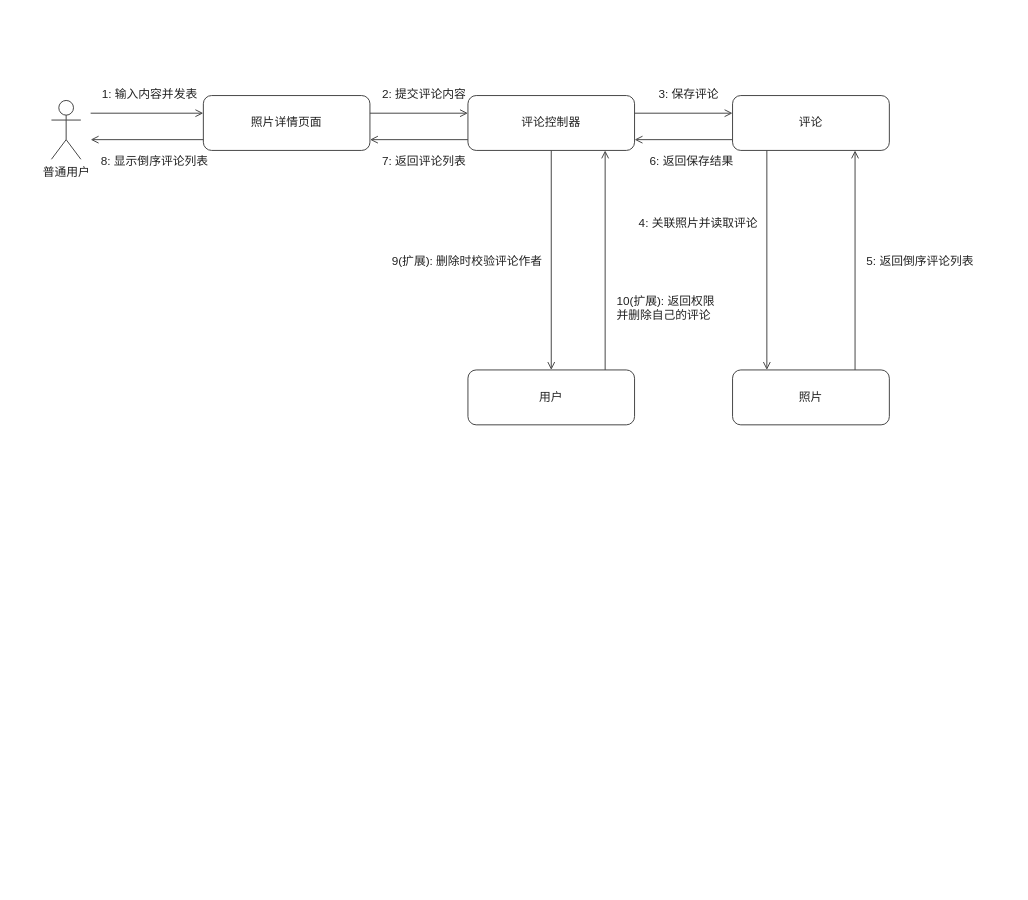
This is docs/交付/4-类别与评论-陈诺/images/对照片评论_协作图.drawio from chennuo1101/electronic-photo-album-system1, a draw.io file, before an edit. Source tidied: cells renumbered, new cells numbered last; positions are measured from the earlier drawing's top-left corner, leaving out a move shared by most shapes. Both pictures are drawn from the tidied source at 98%, with x=0, y=0 at pixel (51, 83).
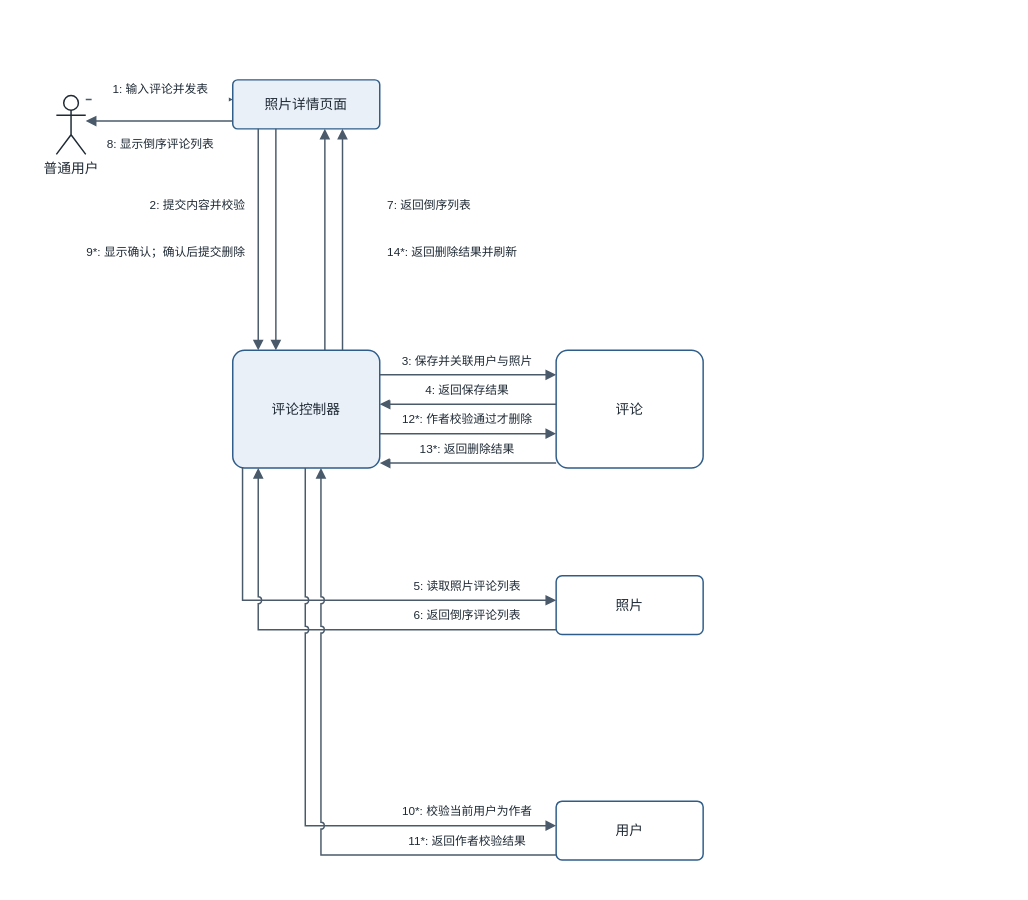
The same page after the edit.

What changed in the source:
```diff
@@
+    <mxCell id="28" style="rounded=0;whiteSpace=wrap;html=1;fillColor=#FFFFFF;strokeColor=none;" parent="1" vertex="1">
+      <mxGeometry x="-35" y="-68" width="724" height="884" as="geometry" />
+    </mxCell>
-    <mxCell id="2" value="普通用户" style="shape=umlActor;verticalLabelPosition=bottom;verticalAlign=top;html=1;fillColor=#FFFFFF;strokeColor=#444444;fontFamily=Microsoft YaHei;fontSize=12;fontColor=#222222;" parent="1" vertex="1">
-      <mxGeometry y="17" width="30" height="60" as="geometry" />
+    <mxCell id="2" value="普通用户" style="shape=umlActor;verticalLabelPosition=bottom;verticalAlign=top;html=1;fillColor=#FFFFFF;strokeColor=#1F2A35;strokeWidth=1.5;fontFamily=Microsoft YaHei;fontSize=14;fontColor=#1F2A35;" parent="1" vertex="1">
+      <mxGeometry x="5" y="12" width="30" height="60" as="geometry" />
     </mxCell>
-    <mxCell id="3" value="照片详情页面" style="rounded=1;whiteSpace=wrap;html=1;fillColor=#FFFFFF;strokeColor=#444444;fontFamily=Microsoft YaHei;fontSize=12;fontColor=#222222;" parent="1" vertex="1">
-      <mxGeometry x="155" y="12" width="170" height="56" as="geometry" />
+    <mxCell id="3" value="照片详情页面" style="rounded=1;arcSize=10;whiteSpace=wrap;html=1;fillColor=#E9F0F8;strokeColor=#2F5D8A;strokeWidth=1.5;fontFamily=Microsoft YaHei;fontSize=14;fontColor=#1F2A35;" parent="1" vertex="1">
+      <mxGeometry x="185" y="-4" width="150" height="50" as="geometry" />
     </mxCell>
+    <mxCell id="29" style="html=1;rounded=0;strokeColor=#4A5A6A;strokeWidth=1.5;startArrow=none;endArrow=block;endFill=1;endSize=7;jumpStyle=arc;jumpSize=6;" parent="1" edge="1">
+      <mxGeometry relative="1" as="geometry">
+        <mxPoint x="35" y="16" as="sourcePoint" />
+        <mxPoint x="185" y="16" as="targetPoint" />
+      </mxGeometry>
+    </mxCell>
+    <mxCell id="30" value="1: 输入评论并发表" style="text;html=1;align=center;verticalAlign=middle;fillColor=#FFFFFF;strokeColor=none;fontFamily=Microsoft YaHei;fontSize=12;fontColor=#1F2A35;" parent="1" vertex="1">
+      <mxGeometry x="41" y="-10" width="140" height="32" as="geometry" />
+    </mxCell>
+    <mxCell id="31" style="html=1;rounded=0;strokeColor=#4A5A6A;strokeWidth=1.5;startArrow=none;endArrow=block;endFill=1;endSize=7;jumpStyle=arc;jumpSize=6;" parent="1" edge="1">
+      <mxGeometry relative="1" as="geometry">
+        <mxPoint x="185" y="38" as="sourcePoint" />
+        <mxPoint x="35" y="38" as="targetPoint" />
+      </mxGeometry>
+    </mxCell>
+    <mxCell id="11" value="8: 显示倒序评论列表" style="text;html=1;align=center;verticalAlign=middle;fillColor=#FFFFFF;strokeColor=none;fontFamily=Microsoft YaHei;fontSize=12;fontColor=#1F2A35;" parent="1" vertex="1">
+      <mxGeometry x="41" y="46" width="140" height="32" as="geometry" />
+    </mxCell>
-    <mxCell id="4" value="评论控制器" style="rounded=1;whiteSpace=wrap;html=1;fillColor=#FFFFFF;strokeColor=#444444;fontFamily=Microsoft YaHei;fontSize=12;fontColor=#222222;" parent="1" vertex="1">
-      <mxGeometry x="425" y="12" width="170" height="56" as="geometry" />
+    <mxCell id="4" value="评论控制器" style="rounded=1;arcSize=10;whiteSpace=wrap;html=1;fillColor=#E9F0F8;strokeColor=#2F5D8A;strokeWidth=1.5;fontFamily=Microsoft YaHei;fontSize=14;fontColor=#1F2A35;" parent="1" vertex="1">
+      <mxGeometry x="185" y="272" width="150" height="120" as="geometry" />
     </mxCell>
+    <mxCell id="32" style="html=1;rounded=0;strokeColor=#4A5A6A;strokeWidth=1.5;startArrow=none;endArrow=block;endFill=1;endSize=7;jumpStyle=arc;jumpSize=6;" parent="1" edge="1">
+      <mxGeometry relative="1" as="geometry">
+        <mxPoint x="211" y="46" as="sourcePoint" />
+        <mxPoint x="211" y="272" as="targetPoint" />
+      </mxGeometry>
+    </mxCell>
+    <mxCell id="33" value="2: 提交内容并校验" style="text;html=1;align=right;verticalAlign=middle;fillColor=#FFFFFF;strokeColor=none;fontFamily=Microsoft YaHei;fontSize=12;fontColor=#1F2A35;" parent="1" vertex="1">
+      <mxGeometry x="49" y="106" width="150" height="36" as="geometry" />
+    </mxCell>
+    <mxCell id="34" style="html=1;rounded=0;strokeColor=#4A5A6A;strokeWidth=1.5;startArrow=none;endArrow=block;endFill=1;endSize=7;jumpStyle=arc;jumpSize=6;" parent="1" edge="1">
+      <mxGeometry relative="1" as="geometry">
+        <mxPoint x="229" y="46" as="sourcePoint" />
+        <mxPoint x="229" y="272" as="targetPoint" />
+      </mxGeometry>
+    </mxCell>
+    <mxCell id="35" value="9*: 显示确认；确认后提交删除" style="text;html=1;align=right;verticalAlign=middle;fillColor=#FFFFFF;strokeColor=none;fontFamily=Microsoft YaHei;fontSize=12;fontColor=#1F2A35;" parent="1" vertex="1">
+      <mxGeometry x="49" y="154" width="150" height="36" as="geometry" />
+    </mxCell>
+    <mxCell id="36" style="html=1;rounded=0;strokeColor=#4A5A6A;strokeWidth=1.5;startArrow=none;endArrow=block;endFill=1;endSize=7;jumpStyle=arc;jumpSize=6;" parent="1" edge="1">
+      <mxGeometry relative="1" as="geometry">
+        <mxPoint x="279" y="272" as="sourcePoint" />
+        <mxPoint x="279" y="46" as="targetPoint" />
+      </mxGeometry>
+    </mxCell>
+    <mxCell id="37" value="7: 返回倒序列表" style="text;html=1;align=left;verticalAlign=middle;fillColor=#FFFFFF;strokeColor=none;fontFamily=Microsoft YaHei;fontSize=12;fontColor=#1F2A35;" parent="1" vertex="1">
+      <mxGeometry x="341" y="106" width="150" height="36" as="geometry" />
+    </mxCell>
+    <mxCell id="38" style="html=1;rounded=0;strokeColor=#4A5A6A;strokeWidth=1.5;startArrow=none;endArrow=block;endFill=1;endSize=7;jumpStyle=arc;jumpSize=6;" parent="1" edge="1">
+      <mxGeometry relative="1" as="geometry">
+        <mxPoint x="297" y="272" as="sourcePoint" />
+        <mxPoint x="297" y="46" as="targetPoint" />
+      </mxGeometry>
+    </mxCell>
+    <mxCell id="39" value="14*: 返回删除结果并刷新" style="text;html=1;align=left;verticalAlign=middle;fillColor=#FFFFFF;strokeColor=none;fontFamily=Microsoft YaHei;fontSize=12;fontColor=#1F2A35;" parent="1" vertex="1">
+      <mxGeometry x="341" y="154" width="150" height="36" as="geometry" />
+    </mxCell>
-    <mxCell id="5" value="评论" style="rounded=1;whiteSpace=wrap;html=1;fillColor=#FFFFFF;strokeColor=#444444;fontFamily=Microsoft YaHei;fontSize=12;fontColor=#222222;" parent="1" vertex="1">
-      <mxGeometry x="695" y="12" width="160" height="56" as="geometry" />
+    <mxCell id="5" value="评论" style="rounded=1;arcSize=10;whiteSpace=wrap;html=1;fillColor=#FFFFFF;strokeColor=#2F5D8A;strokeWidth=1.5;fontFamily=Microsoft YaHei;fontSize=14;fontColor=#1F2A35;" parent="1" vertex="1">
+      <mxGeometry x="515" y="272" width="150" height="120" as="geometry" />
     </mxCell>
+    <mxCell id="40" style="html=1;rounded=0;strokeColor=#4A5A6A;strokeWidth=1.5;startArrow=none;endArrow=block;endFill=1;endSize=7;jumpStyle=arc;jumpSize=6;" parent="1" edge="1">
+      <mxGeometry relative="1" as="geometry">
+        <mxPoint x="335" y="297" as="sourcePoint" />
+        <mxPoint x="515" y="297" as="targetPoint" />
+      </mxGeometry>
+    </mxCell>
+    <mxCell id="41" value="3: 保存并关联用户与照片" style="text;html=1;align=center;verticalAlign=middle;fillColor=#FFFFFF;strokeColor=none;fontFamily=Microsoft YaHei;fontSize=12;fontColor=#1F2A35;" parent="1" vertex="1">
+      <mxGeometry x="345" y="273" width="158" height="20" as="geometry" />
+    </mxCell>
+    <mxCell id="42" style="html=1;rounded=0;strokeColor=#4A5A6A;strokeWidth=1.5;startArrow=none;endArrow=block;endFill=1;endSize=7;jumpStyle=arc;jumpSize=6;" parent="1" edge="1">
+      <mxGeometry relative="1" as="geometry">
+        <mxPoint x="515" y="327" as="sourcePoint" />
+        <mxPoint x="335" y="327" as="targetPoint" />
+      </mxGeometry>
+    </mxCell>
+    <mxCell id="43" value="4: 返回保存结果" style="text;html=1;align=center;verticalAlign=middle;fillColor=#FFFFFF;strokeColor=none;fontFamily=Microsoft YaHei;fontSize=12;fontColor=#1F2A35;" parent="1" vertex="1">
+      <mxGeometry x="345" y="303" width="158" height="20" as="geometry" />
+    </mxCell>
+    <mxCell id="44" style="html=1;rounded=0;strokeColor=#4A5A6A;strokeWidth=1.5;startArrow=none;endArrow=block;endFill=1;endSize=7;jumpStyle=arc;jumpSize=6;" parent="1" edge="1">
+      <mxGeometry relative="1" as="geometry">
+        <mxPoint x="335" y="357" as="sourcePoint" />
+        <mxPoint x="515" y="357" as="targetPoint" />
+      </mxGeometry>
+    </mxCell>
+    <mxCell id="45" value="12*: 作者校验通过才删除" style="text;html=1;align=center;verticalAlign=middle;fillColor=#FFFFFF;strokeColor=none;fontFamily=Microsoft YaHei;fontSize=12;fontColor=#1F2A35;" parent="1" vertex="1">
+      <mxGeometry x="345" y="333" width="158" height="20" as="geometry" />
+    </mxCell>
+    <mxCell id="46" style="html=1;rounded=0;strokeColor=#4A5A6A;strokeWidth=1.5;startArrow=none;endArrow=block;endFill=1;endSize=7;jumpStyle=arc;jumpSize=6;" parent="1" edge="1">
+      <mxGeometry relative="1" as="geometry">
+        <mxPoint x="515" y="387" as="sourcePoint" />
+        <mxPoint x="335" y="387" as="targetPoint" />
+      </mxGeometry>
+    </mxCell>
+    <mxCell id="47" value="13*: 返回删除结果" style="text;html=1;align=center;verticalAlign=middle;fillColor=#FFFFFF;strokeColor=none;fontFamily=Microsoft YaHei;fontSize=12;fontColor=#1F2A35;" parent="1" vertex="1">
+      <mxGeometry x="345" y="363" width="158" height="20" as="geometry" />
+    </mxCell>
-    <mxCell id="6" value="照片" style="rounded=1;whiteSpace=wrap;html=1;fillColor=#FFFFFF;strokeColor=#444444;fontFamily=Microsoft YaHei;fontSize=12;fontColor=#222222;" parent="1" vertex="1">
-      <mxGeometry x="695" y="292" width="160" height="56" as="geometry" />
+    <mxCell id="6" value="照片" style="rounded=1;arcSize=10;whiteSpace=wrap;html=1;fillColor=#FFFFFF;strokeColor=#2F5D8A;strokeWidth=1.5;fontFamily=Microsoft YaHei;fontSize=14;fontColor=#1F2A35;" parent="1" vertex="1">
+      <mxGeometry x="515" y="502" width="150" height="60" as="geometry" />
     </mxCell>
+    <mxCell id="48" style="html=1;rounded=0;strokeColor=#4A5A6A;strokeWidth=1.5;startArrow=none;endArrow=block;endFill=1;endSize=7;jumpStyle=arc;jumpSize=6;" parent="1" edge="1">
+      <mxGeometry relative="1" as="geometry">
+        <mxPoint x="195" y="392" as="sourcePoint" />
+        <mxPoint x="515" y="527" as="targetPoint" />
+        <Array as="points">
+          <mxPoint x="195" y="527" />
+        </Array>
+      </mxGeometry>
+    </mxCell>
+    <mxCell id="49" value="5: 读取照片评论列表" style="text;html=1;align=center;verticalAlign=middle;fillColor=#FFFFFF;strokeColor=none;fontFamily=Microsoft YaHei;fontSize=12;fontColor=#1F2A35;" parent="1" vertex="1">
+      <mxGeometry x="345" y="503" width="158" height="20" as="geometry" />
+    </mxCell>
+    <mxCell id="50" style="html=1;rounded=0;strokeColor=#4A5A6A;strokeWidth=1.5;startArrow=none;endArrow=block;endFill=1;endSize=7;jumpStyle=arc;jumpSize=6;" parent="1" edge="1">
+      <mxGeometry relative="1" as="geometry">
+        <mxPoint x="515" y="557" as="sourcePoint" />
+        <mxPoint x="211" y="392" as="targetPoint" />
+        <Array as="points">
+          <mxPoint x="211" y="557" />
+        </Array>
+      </mxGeometry>
+    </mxCell>
+    <mxCell id="51" value="6: 返回倒序评论列表" style="text;html=1;align=center;verticalAlign=middle;fillColor=#FFFFFF;strokeColor=none;fontFamily=Microsoft YaHei;fontSize=12;fontColor=#1F2A35;" parent="1" vertex="1">
+      <mxGeometry x="345" y="533" width="158" height="20" as="geometry" />
+    </mxCell>
-    <mxCell id="7" value="用户" style="rounded=1;whiteSpace=wrap;html=1;fillColor=#FFFFFF;strokeColor=#444444;fontFamily=Microsoft YaHei;fontSize=12;fontColor=#222222;" parent="1" vertex="1">
-      <mxGeometry x="425" y="292" width="170" height="56" as="geometry" />
+    <mxCell id="7" value="用户" style="rounded=1;arcSize=10;whiteSpace=wrap;html=1;fillColor=#FFFFFF;strokeColor=#2F5D8A;strokeWidth=1.5;fontFamily=Microsoft YaHei;fontSize=14;fontColor=#1F2A35;" parent="1" vertex="1">
+      <mxGeometry x="515" y="732" width="150" height="60" as="geometry" />
     </mxCell>
-    <mxCell id="8" style="html=1;rounded=0;strokeColor=#444444;strokeWidth=1;startArrow=none;endArrow=open;endFill=0;" parent="1" edge="1">
-      <mxGeometry relative="1" as="geometry">
-        <mxPoint x="40" y="30" as="sourcePoint" />
-        <mxPoint x="155" y="30" as="targetPoint" />
-      </mxGeometry>
-    </mxCell>
-    <mxCell id="9" value="1: 输入内容并发表" style="text;html=1;align=center;verticalAlign=middle;fillColor=none;strokeColor=none;fontFamily=Microsoft YaHei;fontSize=12;fontColor=#222222;" parent="1" vertex="1">
-      <mxGeometry x="30" width="140" height="22" as="geometry" />
-    </mxCell>
-    <mxCell id="10" style="html=1;rounded=0;strokeColor=#444444;strokeWidth=1;startArrow=none;endArrow=open;endFill=0;" parent="1" edge="1">
-      <mxGeometry relative="1" as="geometry">
-        <mxPoint x="155" y="57" as="sourcePoint" />
-        <mxPoint x="40" y="57" as="targetPoint" />
-      </mxGeometry>
-    </mxCell>
-    <mxCell id="11" value="8: 显示倒序评论列表" style="text;html=1;align=center;verticalAlign=middle;fillColor=none;strokeColor=none;fontFamily=Microsoft YaHei;fontSize=12;fontColor=#222222;" parent="1" vertex="1">
-      <mxGeometry x="20" y="68" width="170" height="22" as="geometry" />
-    </mxCell>
-    <mxCell id="12" style="html=1;rounded=0;strokeColor=#444444;strokeWidth=1;startArrow=none;endArrow=open;endFill=0;" parent="1" edge="1">
-      <mxGeometry relative="1" as="geometry">
-        <mxPoint x="325" y="30" as="sourcePoint" />
-        <mxPoint x="425" y="30" as="targetPoint" />
-      </mxGeometry>
-    </mxCell>
-    <mxCell id="13" value="2: 提交评论内容" style="text;html=1;align=center;verticalAlign=middle;fillColor=none;strokeColor=none;fontFamily=Microsoft YaHei;fontSize=12;fontColor=#222222;" parent="1" vertex="1">
-      <mxGeometry x="325" width="110" height="22" as="geometry" />
-    </mxCell>
-    <mxCell id="14" style="html=1;rounded=0;strokeColor=#444444;strokeWidth=1;startArrow=none;endArrow=open;endFill=0;" parent="1" edge="1">
-      <mxGeometry relative="1" as="geometry">
-        <mxPoint x="425" y="57" as="sourcePoint" />
-        <mxPoint x="325" y="57" as="targetPoint" />
-      </mxGeometry>
-    </mxCell>
-    <mxCell id="15" value="7: 返回评论列表" style="text;html=1;align=center;verticalAlign=middle;fillColor=none;strokeColor=none;fontFamily=Microsoft YaHei;fontSize=12;fontColor=#222222;" parent="1" vertex="1">
-      <mxGeometry x="325" y="68" width="110" height="22" as="geometry" />
-    </mxCell>
-    <mxCell id="16" style="html=1;rounded=0;strokeColor=#444444;strokeWidth=1;startArrow=none;endArrow=open;endFill=0;" parent="1" edge="1">
-      <mxGeometry relative="1" as="geometry">
-        <mxPoint x="595" y="30" as="sourcePoint" />
-        <mxPoint x="695" y="30" as="targetPoint" />
-      </mxGeometry>
-    </mxCell>
-    <mxCell id="17" value="3: 保存评论" style="text;html=1;align=center;verticalAlign=middle;fillColor=none;strokeColor=none;fontFamily=Microsoft YaHei;fontSize=12;fontColor=#222222;" parent="1" vertex="1">
-      <mxGeometry x="605" width="90" height="22" as="geometry" />
-    </mxCell>
-    <mxCell id="18" style="html=1;rounded=0;strokeColor=#444444;strokeWidth=1;startArrow=none;endArrow=open;endFill=0;" parent="1" edge="1">
-      <mxGeometry relative="1" as="geometry">
-        <mxPoint x="695" y="57" as="sourcePoint" />
-        <mxPoint x="595" y="57" as="targetPoint" />
-      </mxGeometry>
-    </mxCell>
-    <mxCell id="19" value="6: 返回保存结果" style="text;html=1;align=center;verticalAlign=middle;fillColor=none;strokeColor=none;fontFamily=Microsoft YaHei;fontSize=12;fontColor=#222222;" parent="1" vertex="1">
-      <mxGeometry x="600" y="68" width="105" height="22" as="geometry" />
-    </mxCell>
-    <mxCell id="20" style="html=1;rounded=0;strokeColor=#444444;strokeWidth=1;startArrow=none;endArrow=open;endFill=0;" parent="1" edge="1">
-      <mxGeometry relative="1" as="geometry">
-        <mxPoint x="510" y="68" as="sourcePoint" />
-        <mxPoint x="510" y="292" as="targetPoint" />
-      </mxGeometry>
-    </mxCell>
-    <mxCell id="21" value="9(扩展): 删除时校验评论作者" style="text;html=1;align=right;verticalAlign=middle;fillColor=none;strokeColor=none;fontFamily=Microsoft YaHei;fontSize=12;fontColor=#222222;" parent="1" vertex="1">
-      <mxGeometry x="290" y="170" width="212" height="22" as="geometry" />
-    </mxCell>
-    <mxCell id="22" style="html=1;rounded=0;strokeColor=#444444;strokeWidth=1;startArrow=none;endArrow=open;endFill=0;" parent="1" edge="1">
-      <mxGeometry relative="1" as="geometry">
-        <mxPoint x="565" y="292" as="sourcePoint" />
-        <mxPoint x="565" y="68" as="targetPoint" />
-      </mxGeometry>
-    </mxCell>
-    <mxCell id="23" value="10(扩展): 返回权限&#10;并删除自己的评论" style="text;html=1;align=left;verticalAlign=middle;fillColor=none;strokeColor=none;fontFamily=Microsoft YaHei;fontSize=12;fontColor=#222222;" parent="1" vertex="1">
-      <mxGeometry x="575" y="208" width="150" height="42" as="geometry" />
-    </mxCell>
-    <mxCell id="24" style="html=1;rounded=0;strokeColor=#444444;strokeWidth=1;startArrow=none;endArrow=open;endFill=0;" parent="1" edge="1">
-      <mxGeometry relative="1" as="geometry">
-        <mxPoint x="730" y="68" as="sourcePoint" />
-        <mxPoint x="730" y="292" as="targetPoint" />
-      </mxGeometry>
-    </mxCell>
-    <mxCell id="25" value="4: 关联照片并读取评论" style="text;html=1;align=right;verticalAlign=middle;fillColor=none;strokeColor=none;fontFamily=Microsoft YaHei;fontSize=12;fontColor=#222222;" parent="1" vertex="1">
-      <mxGeometry x="570" y="132" width="152" height="22" as="geometry" />
-    </mxCell>
-    <mxCell id="26" style="html=1;rounded=0;strokeColor=#444444;strokeWidth=1;startArrow=none;endArrow=open;endFill=0;" parent="1" edge="1">
-      <mxGeometry relative="1" as="geometry">
-        <mxPoint x="820" y="292" as="sourcePoint" />
-        <mxPoint x="820" y="68" as="targetPoint" />
-      </mxGeometry>
-    </mxCell>
-    <mxCell id="27" value="5: 返回倒序评论列表" style="text;html=1;align=left;verticalAlign=middle;fillColor=none;strokeColor=none;fontFamily=Microsoft YaHei;fontSize=12;fontColor=#222222;" parent="1" vertex="1">
-      <mxGeometry x="830" y="170" width="150" height="22" as="geometry" />
-    </mxCell>
+    <mxCell id="52" style="html=1;rounded=0;strokeColor=#4A5A6A;strokeWidth=1.5;startArrow=none;endArrow=block;endFill=1;endSize=7;jumpStyle=arc;jumpSize=6;" parent="1" edge="1">
+      <mxGeometry relative="1" as="geometry">
+        <mxPoint x="259" y="392" as="sourcePoint" />
+        <mxPoint x="515" y="757" as="targetPoint" />
+        <Array as="points">
+          <mxPoint x="259" y="757" />
+        </Array>
+      </mxGeometry>
+    </mxCell>
+    <mxCell id="53" value="10*: 校验当前用户为作者" style="text;html=1;align=center;verticalAlign=middle;fillColor=#FFFFFF;strokeColor=none;fontFamily=Microsoft YaHei;fontSize=12;fontColor=#1F2A35;" parent="1" vertex="1">
+      <mxGeometry x="345" y="733" width="158" height="20" as="geometry" />
+    </mxCell>
+    <mxCell id="54" style="html=1;rounded=0;strokeColor=#4A5A6A;strokeWidth=1.5;startArrow=none;endArrow=block;endFill=1;endSize=7;jumpStyle=arc;jumpSize=6;" parent="1" edge="1">
+      <mxGeometry relative="1" as="geometry">
+        <mxPoint x="515" y="787" as="sourcePoint" />
+        <mxPoint x="275" y="392" as="targetPoint" />
+        <Array as="points">
+          <mxPoint x="275" y="787" />
+        </Array>
+      </mxGeometry>
+    </mxCell>
+    <mxCell id="55" value="11*: 返回作者校验结果" style="text;html=1;align=center;verticalAlign=middle;fillColor=#FFFFFF;strokeColor=none;fontFamily=Microsoft YaHei;fontSize=12;fontColor=#1F2A35;" parent="1" vertex="1">
+      <mxGeometry x="345" y="763" width="158" height="20" as="geometry" />
+    </mxCell>
```
